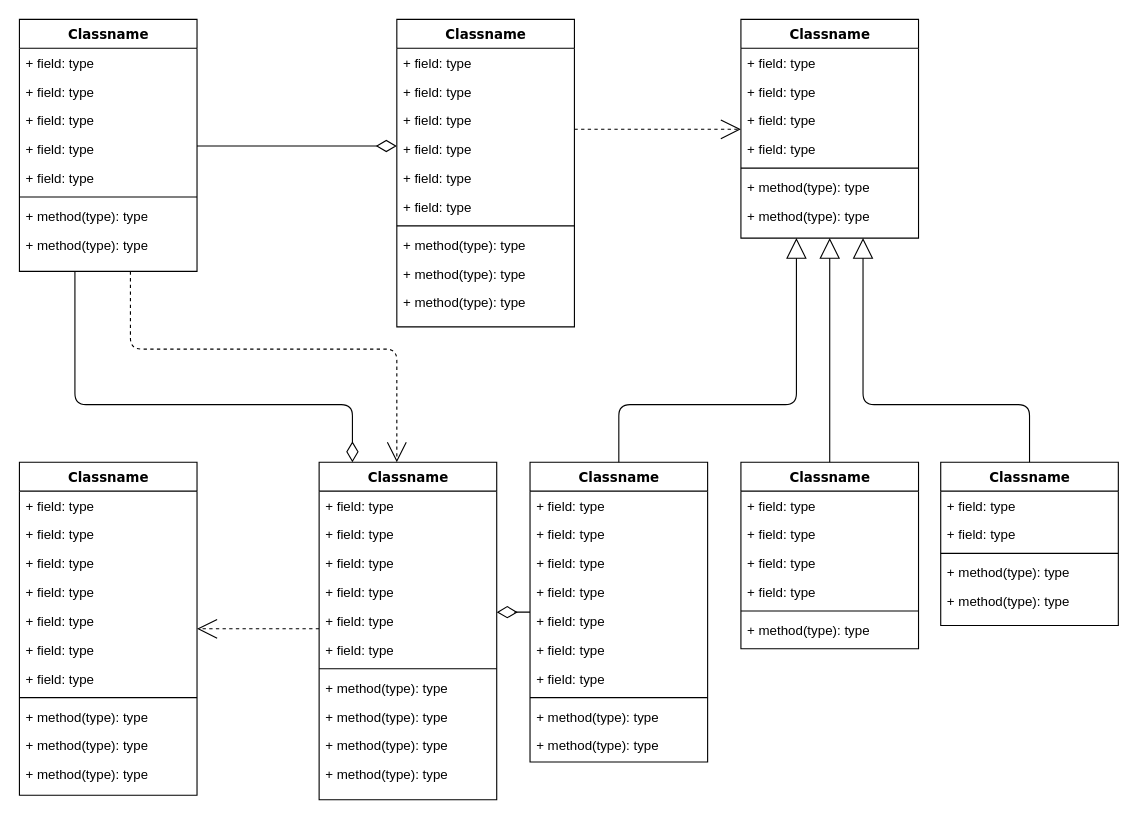
whyllard/weng keeps this draw.io diagram as Untitled Diagram.drawio. Above is the earlier version. Source tidied: cells renumbered, new cells numbered last; positions are measured from the earlier drawing's top-left corner, leaving out a move shared by most shapes. Both pictures are drawn from the tidied source at 111%, with x=0, y=0 at pixel (19, 19).
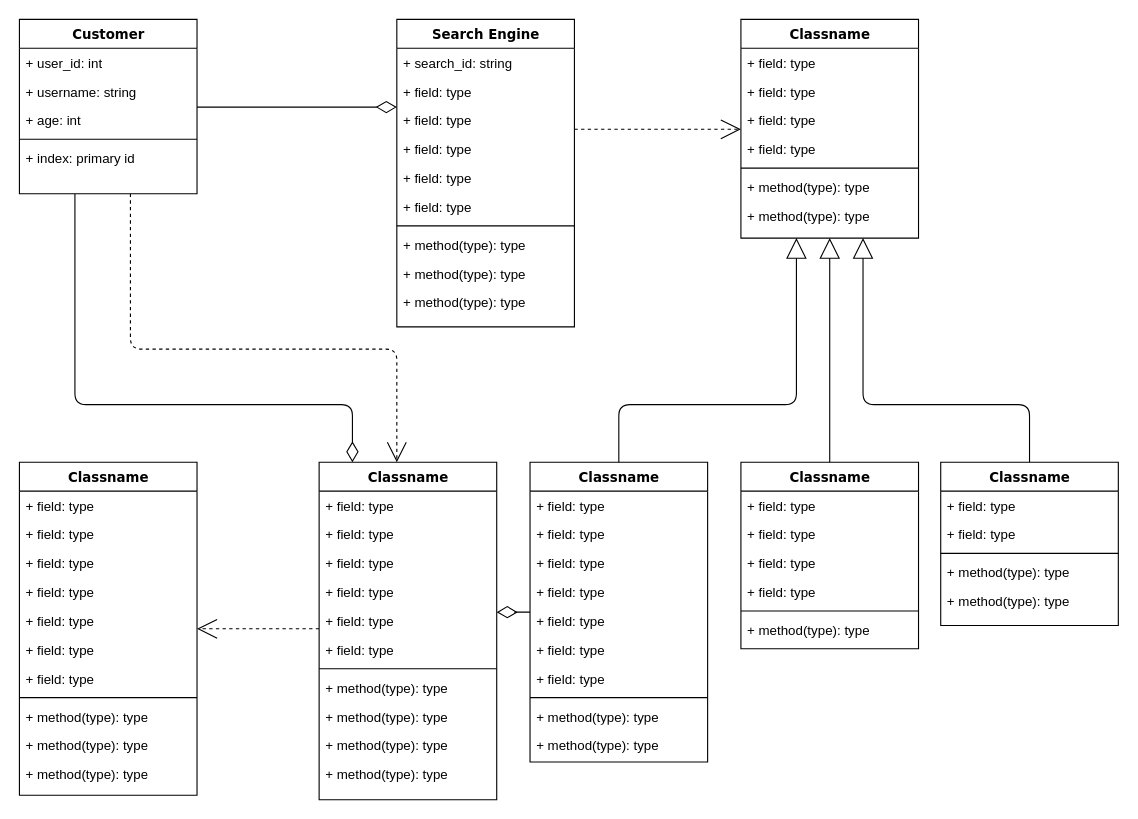
Above is the later version.

What changed in the source:
```diff
@@
-    <mxCell id="4" value="Classname" style="swimlane;html=1;fontStyle=1;align=center;verticalAlign=top;horizontal=1;startSize=26;swimlaneFillColor=#ffffff;rounded=0;shadow=0;comic=0;labelBackgroundColor=none;strokeWidth=1;fillColor=none;fontFamily=Verdana;fontSize=12;" parent="1" vertex="1">
-      <mxGeometry width="160" height="227" as="geometry" />
+    <mxCell id="4" value="Customer" style="swimlane;html=1;fontStyle=1;align=center;verticalAlign=top;horizontal=1;startSize=26;swimlaneFillColor=#ffffff;rounded=0;shadow=0;comic=0;labelBackgroundColor=none;strokeWidth=1;fillColor=none;fontFamily=Verdana;fontSize=12;" parent="1" vertex="1">
+      <mxGeometry width="160" height="157" as="geometry" />
     </mxCell>
-    <mxCell id="5" value="+ field: type" style="text;html=1;strokeColor=none;fillColor=none;align=left;verticalAlign=top;spacingLeft=4;spacingRight=4;whiteSpace=wrap;overflow=hidden;" parent="4" vertex="1">
+    <mxCell id="5" value="+ user_id: int" style="text;html=1;strokeColor=none;fillColor=none;align=left;verticalAlign=top;spacingLeft=4;spacingRight=4;whiteSpace=wrap;overflow=hidden;" parent="4" vertex="1">
       <mxGeometry y="26" width="160" height="26" as="geometry" />
     </mxCell>
-    <mxCell id="6" value="+ field: type" style="text;html=1;strokeColor=none;fillColor=none;align=left;verticalAlign=top;spacingLeft=4;spacingRight=4;whiteSpace=wrap;overflow=hidden;" parent="4" vertex="1">
+    <mxCell id="6" value="+ username: string" style="text;html=1;strokeColor=none;fillColor=none;align=left;verticalAlign=top;spacingLeft=4;spacingRight=4;whiteSpace=wrap;overflow=hidden;" parent="4" vertex="1">
       <mxGeometry y="52" width="160" height="26" as="geometry" />
     </mxCell>
-    <mxCell id="7" value="+ field: type" style="text;html=1;strokeColor=none;fillColor=none;align=left;verticalAlign=top;spacingLeft=4;spacingRight=4;whiteSpace=wrap;overflow=hidden;" parent="4" vertex="1">
+    <mxCell id="7" value="+ age: int" style="text;html=1;strokeColor=none;fillColor=none;align=left;verticalAlign=top;spacingLeft=4;spacingRight=4;whiteSpace=wrap;overflow=hidden;" parent="4" vertex="1">
       <mxGeometry y="78" width="160" height="26" as="geometry" />
     </mxCell>
-    <mxCell id="8" value="+ field: type" style="text;html=1;strokeColor=none;fillColor=none;align=left;verticalAlign=top;spacingLeft=4;spacingRight=4;whiteSpace=wrap;overflow=hidden;" parent="4" vertex="1">
-      <mxGeometry y="104" width="160" height="26" as="geometry" />
-    </mxCell>
-    <mxCell id="9" value="+ field: type" style="text;html=1;strokeColor=none;fillColor=none;align=left;verticalAlign=top;spacingLeft=4;spacingRight=4;whiteSpace=wrap;overflow=hidden;" parent="4" vertex="1">
-      <mxGeometry y="130" width="160" height="26" as="geometry" />
-    </mxCell>
     <mxCell id="10" style="line;html=1;strokeWidth=1;fillColor=none;align=left;verticalAlign=middle;spacingTop=-1;spacingLeft=3;spacingRight=3;labelPosition=right;" parent="4" vertex="1">
-      <mxGeometry y="156" width="160" height="8" as="geometry" />
+      <mxGeometry y="104" width="160" height="8" as="geometry" />
     </mxCell>
-    <mxCell id="11" value="+ method(type): type" style="text;html=1;strokeColor=none;fillColor=none;align=left;verticalAlign=top;spacingLeft=4;spacingRight=4;whiteSpace=wrap;overflow=hidden;" parent="4" vertex="1">
-      <mxGeometry y="164" width="160" height="26" as="geometry" />
+    <mxCell id="11" value="+ index: primary id" style="text;html=1;strokeColor=none;fillColor=none;align=left;verticalAlign=top;spacingLeft=4;spacingRight=4;whiteSpace=wrap;overflow=hidden;" parent="4" vertex="1">
+      <mxGeometry y="112" width="160" height="26" as="geometry" />
     </mxCell>
-    <mxCell id="12" value="+ method(type): type" style="text;html=1;strokeColor=none;fillColor=none;align=left;verticalAlign=top;spacingLeft=4;spacingRight=4;whiteSpace=wrap;overflow=hidden;" parent="4" vertex="1">
-      <mxGeometry y="190" width="160" height="26" as="geometry" />
-    </mxCell>
@@
-    <mxCell id="14" value="Classname" style="swimlane;html=1;fontStyle=1;align=center;verticalAlign=top;horizontal=1;startSize=26;swimlaneFillColor=#ffffff;rounded=0;shadow=0;comic=0;labelBackgroundColor=none;strokeWidth=1;fillColor=none;fontFamily=Verdana;fontSize=12;" parent="1" vertex="1">
+    <mxCell id="14" value="Search Engine" style="swimlane;html=1;fontStyle=1;align=center;verticalAlign=top;horizontal=1;startSize=26;swimlaneFillColor=#ffffff;rounded=0;shadow=0;comic=0;labelBackgroundColor=none;strokeWidth=1;fillColor=none;fontFamily=Verdana;fontSize=12;" parent="1" vertex="1">
       <mxGeometry x="340" width="160" height="277" as="geometry" />
     </mxCell>
-    <mxCell id="15" value="+ field: type" style="text;html=1;strokeColor=none;fillColor=none;align=left;verticalAlign=top;spacingLeft=4;spacingRight=4;whiteSpace=wrap;overflow=hidden;" parent="14" vertex="1">
+    <mxCell id="15" value="+ search_id: string" style="text;html=1;strokeColor=none;fillColor=none;align=left;verticalAlign=top;spacingLeft=4;spacingRight=4;whiteSpace=wrap;overflow=hidden;" parent="14" vertex="1">
       <mxGeometry y="26" width="160" height="26" as="geometry" />
     </mxCell>
```
